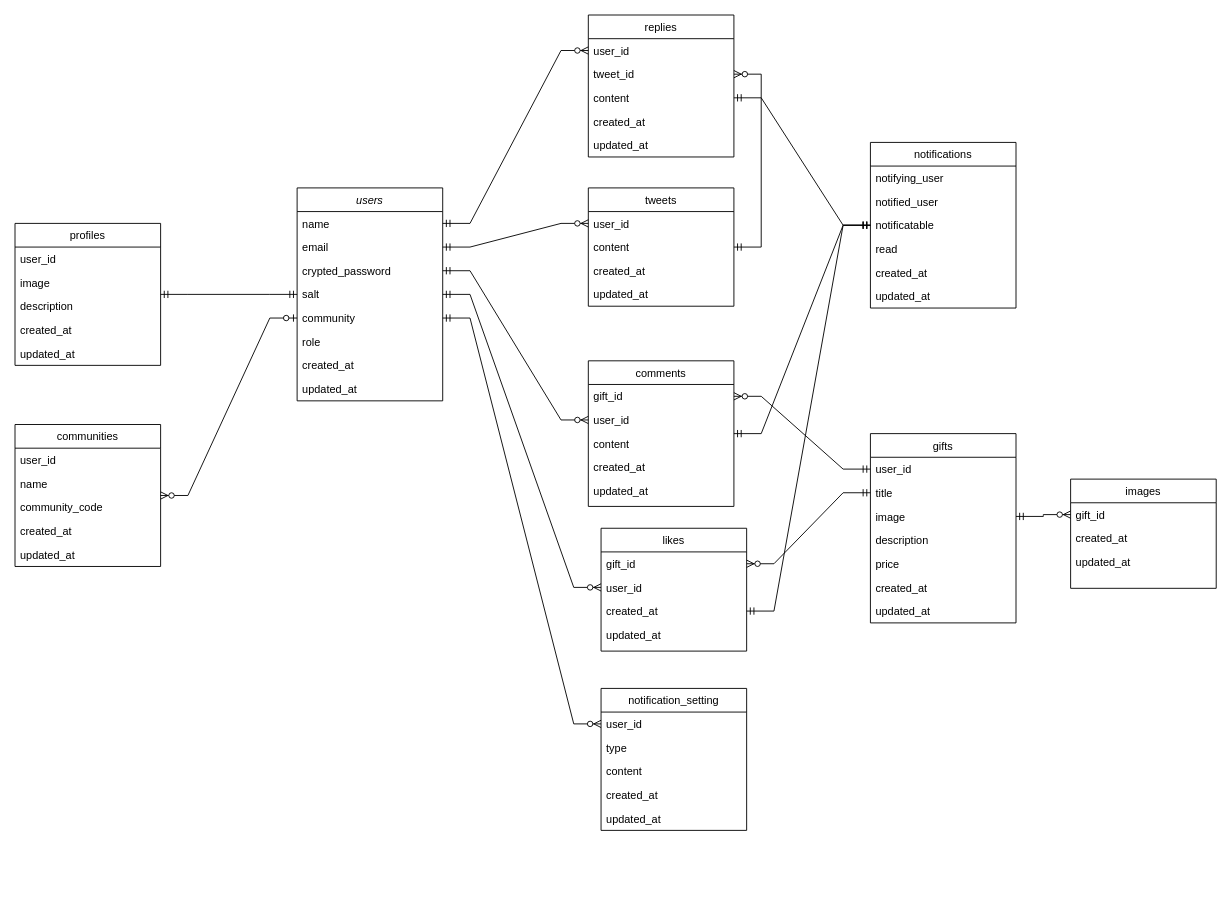
Above: Untitled Diagram.drawio in kh-Golden-Retriever/portfolio (draw.io), before the change. Source tidied: cells renumbered, new cells numbered last; positions are measured from the earlier drawing's top-left corner, leaving out a move shared by most shapes. Both pictures are drawn from the tidied source at 91%, with x=0, y=0 at pixel (15, 15).
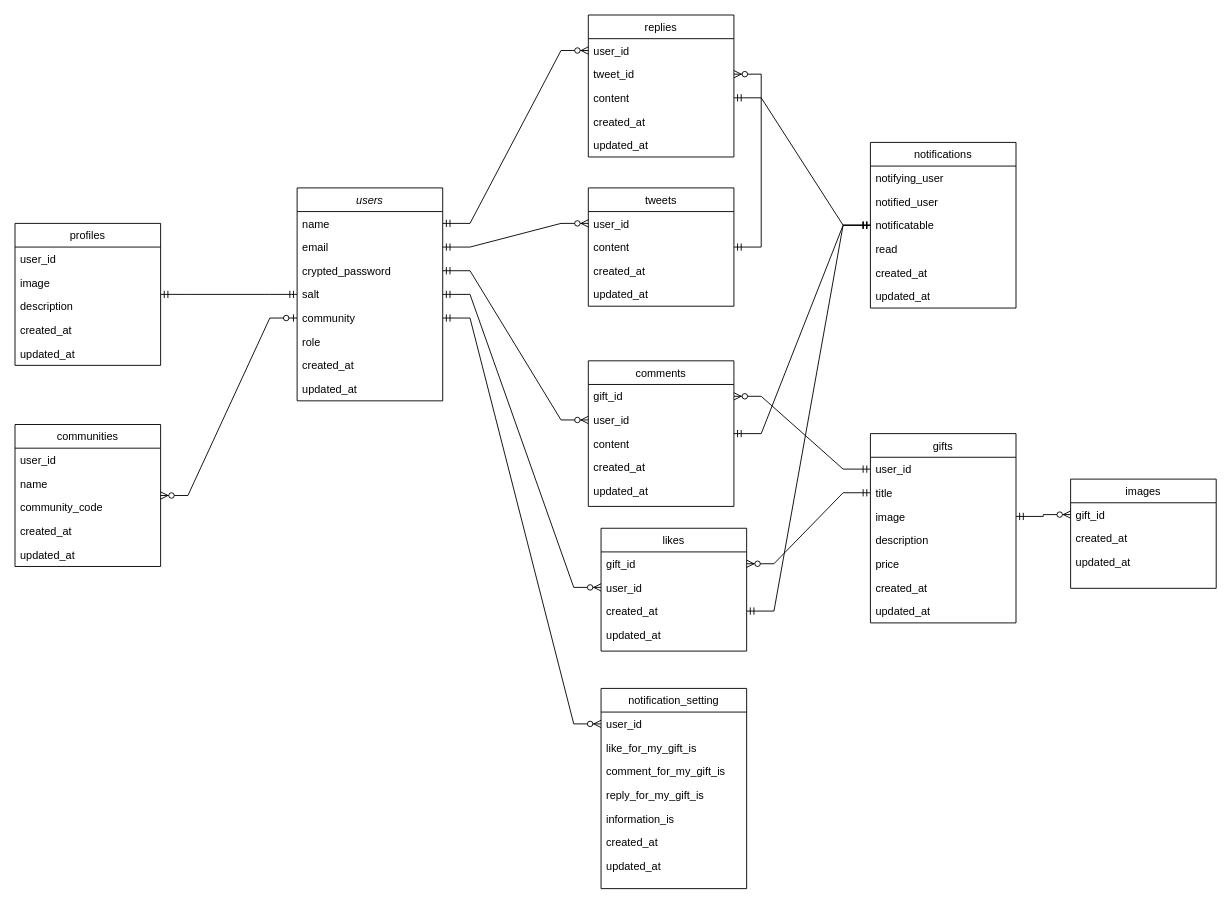
After the change.

Diff of the diagram source:
```diff
@@
     <mxCell id="61" value="notification_setting" style="swimlane;fontStyle=0;align=center;verticalAlign=top;horizontal=1;startSize=26;rounded=0;shadow=0;strokeWidth=1;" parent="1" vertex="1">
-      <mxGeometry x="644" y="740" width="160" height="156" as="geometry" />
+      <mxGeometry x="644" y="740" width="160" height="220" as="geometry" />
     </mxCell>
@@
-    <mxCell id="63" value="type" style="text;align=left;verticalAlign=top;spacingLeft=4;spacingRight=4;overflow=hidden;rounded=0;shadow=0;html=0;" parent="61" vertex="1">
+    <mxCell id="63" value="like_for_my_gift_is" style="text;align=left;verticalAlign=top;spacingLeft=4;spacingRight=4;overflow=hidden;rounded=0;shadow=0;html=0;" parent="61" vertex="1">
       <mxGeometry y="52" width="160" height="26" as="geometry" />
     </mxCell>
-    <mxCell id="64" value="content" style="text;align=left;verticalAlign=top;spacingLeft=4;spacingRight=4;overflow=hidden;rounded=0;shadow=0;html=0;" parent="61" vertex="1">
+    <mxCell id="64" value="comment_for_my_gift_is" style="text;align=left;verticalAlign=top;spacingLeft=4;spacingRight=4;overflow=hidden;rounded=0;shadow=0;html=0;" parent="61" vertex="1">
       <mxGeometry y="78" width="160" height="26" as="geometry" />
     </mxCell>
+    <mxCell id="84" value="reply_for_my_gift_is" style="text;align=left;verticalAlign=top;spacingLeft=4;spacingRight=4;overflow=hidden;rounded=0;shadow=0;html=0;" parent="61" vertex="1">
+      <mxGeometry y="104" width="160" height="26" as="geometry" />
+    </mxCell>
+    <mxCell id="85" value="information_is" style="text;align=left;verticalAlign=top;spacingLeft=4;spacingRight=4;overflow=hidden;rounded=0;shadow=0;html=0;" parent="61" vertex="1">
+      <mxGeometry y="130" width="160" height="26" as="geometry" />
+    </mxCell>
     <mxCell id="65" value="created_at" style="text;align=left;verticalAlign=top;spacingLeft=4;spacingRight=4;overflow=hidden;rounded=0;shadow=0;html=0;" parent="61" vertex="1">
-      <mxGeometry y="104" width="160" height="26" as="geometry" />
+      <mxGeometry y="156" width="160" height="26" as="geometry" />
     </mxCell>
     <mxCell id="66" value="updated_at" style="text;align=left;verticalAlign=top;spacingLeft=4;spacingRight=4;overflow=hidden;rounded=0;shadow=0;html=0;" parent="61" vertex="1">
-      <mxGeometry y="130" width="160" height="26" as="geometry" />
+      <mxGeometry y="182" width="160" height="26" as="geometry" />
     </mxCell>
```
